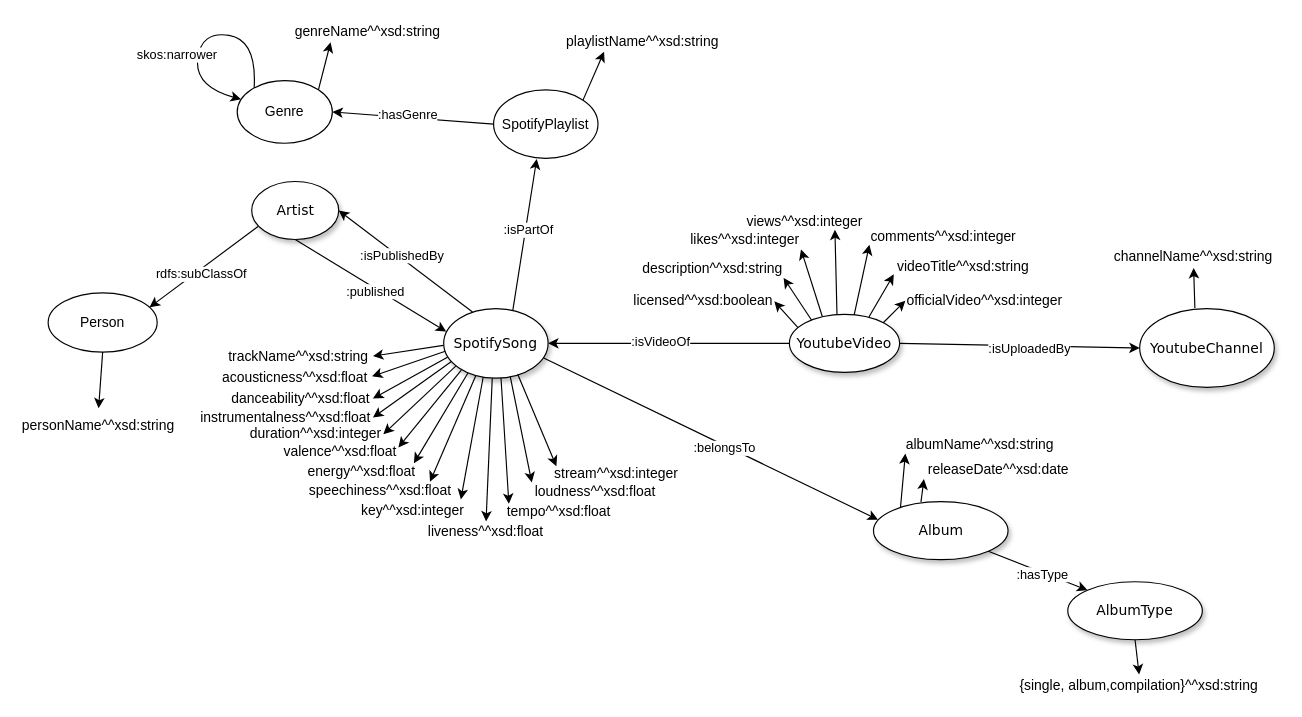
The draw.io diagram Ontology/syOntology.drawio in GianlucaAntolini/FRANGI_DB2, before the edit. Source tidied: cells renumbered, new cells numbered last; positions are measured from the earlier drawing's top-left corner, leaving out a move shared by most shapes. Both pictures are drawn from the tidied source at 116%, with x=0, y=0 at pixel (20, 20).
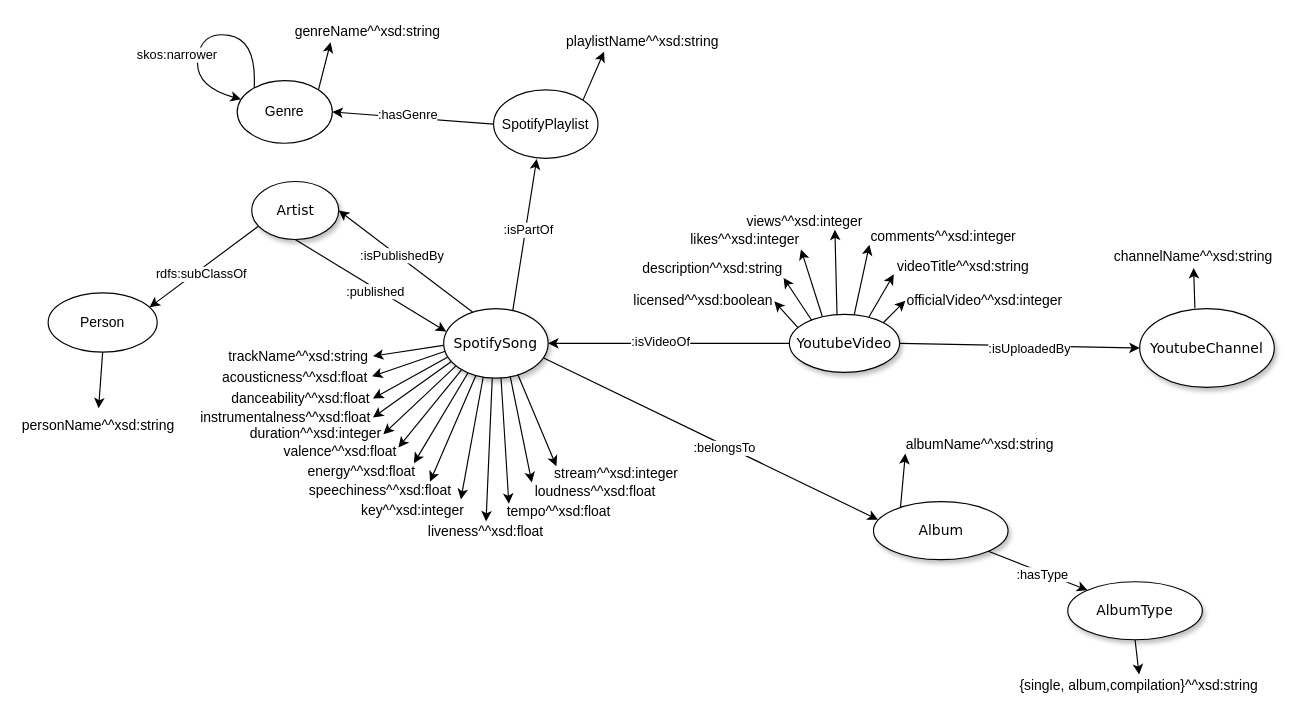
After the change.

Commit message (it also covers changes not shown here):
fixes on ontology, diagram and load script

Unchanged cells that the change refers to:
```xml
<mxCell id="3" value="&lt;span&gt;Album&lt;br&gt;&lt;/span&gt;" style="ellipse;whiteSpace=wrap;html=1;rounded=0;shadow=1;comic=0;labelBackgroundColor=none;strokeWidth=1;fontFamily=Verdana;fontSize=12;align=center;" parent="1" vertex="1">
  <mxGeometry x="735.5" y="415" width="116" height="50" as="geometry" />
</mxCell>
```

The edit, as a diff of the source:
```diff
@@
-    <mxCell id="43" value="releaseDate^^xsd:date" style="text;html=1;strokeColor=none;fillColor=none;align=center;verticalAlign=middle;whiteSpace=wrap;rounded=0;" parent="1" vertex="1">
-      <mxGeometry x="779" y="373" width="129" height="30" as="geometry" />
-    </mxCell>
@@
-    <mxCell id="45" style="endArrow=classic;html=1;rounded=0;exitX=0.353;exitY=0.005;exitDx=0;exitDy=0;exitPerimeter=0;entryX=0;entryY=0.75;entryDx=0;entryDy=0;" parent="1" edge="1" source="3" target="43">
-      <mxGeometry relative="1" as="geometry" />
-    </mxCell>
```
